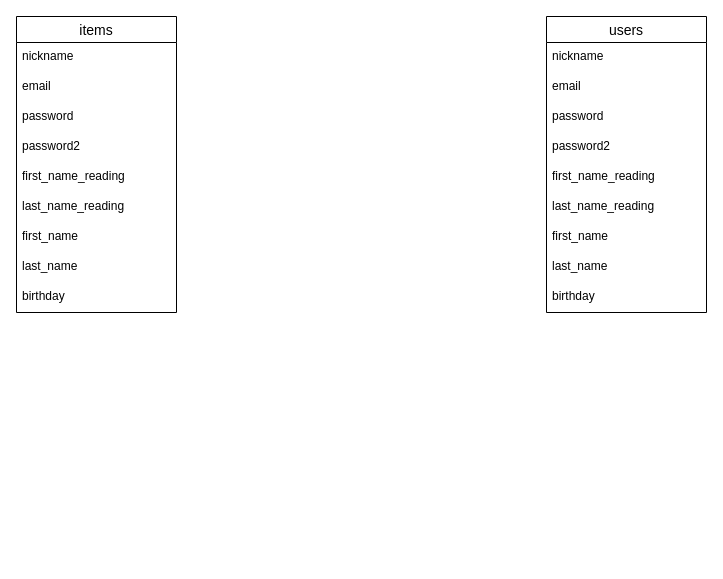
This is ER.dio from hiratatatsujiro/furima-hirata, a draw.io file, before an edit. Source tidied: cells renumbered, new cells numbered last; positions are measured from the earlier drawing's top-left corner, leaving out a move shared by most shapes. Both pictures are drawn from the tidied source at 100%, with x=0, y=0 at pixel (16, 16).
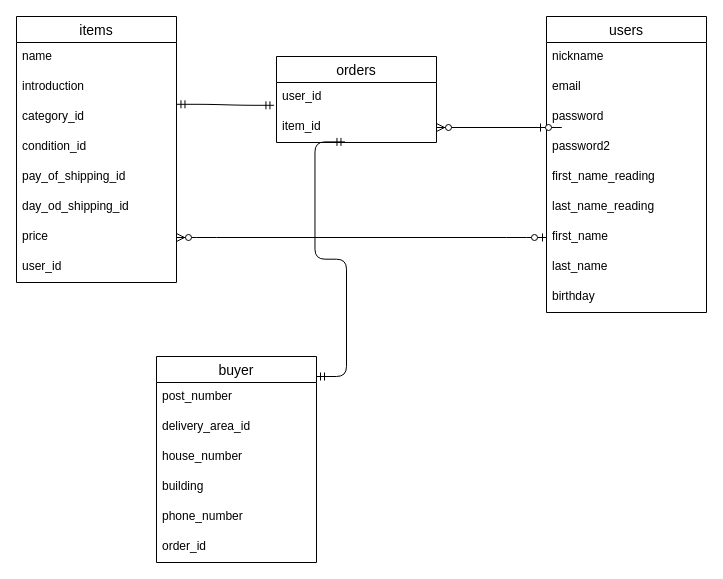
After the change.

Unchanged cells that the change refers to:
```xml
<mxCell id="9" value="first_name" style="text;strokeColor=none;fillColor=none;spacingLeft=4;spacingRight=4;overflow=hidden;points=[[0,0.5],[1,0.5]];portConstraint=eastwest;fontSize=12;" parent="2" vertex="1">
  <mxGeometry y="206" width="160" height="30" as="geometry" />
</mxCell>
```

Diff of the diagram source:
```diff
@@
     <mxCell id="12" value="items" style="swimlane;fontStyle=0;horizontal=1;startSize=26;align=center;fontSize=14;" parent="1" vertex="1">
-      <mxGeometry width="160" height="296" as="geometry" />
+      <mxGeometry width="160" height="266" as="geometry" />
     </mxCell>
-    <mxCell id="13" value="nickname" style="text;strokeColor=none;fillColor=none;spacingLeft=4;spacingRight=4;overflow=hidden;fontSize=12;" parent="12" vertex="1">
+    <mxCell id="13" value="name" style="text;strokeColor=none;fillColor=none;spacingLeft=4;spacingRight=4;overflow=hidden;fontSize=12;" parent="12" vertex="1">
       <mxGeometry y="26" width="160" height="30" as="geometry" />
     </mxCell>
-    <mxCell id="14" value="email" style="text;strokeColor=none;fillColor=none;spacingLeft=4;spacingRight=4;overflow=hidden;fontSize=12;" parent="12" vertex="1">
+    <mxCell id="14" value="introduction" style="text;strokeColor=none;fillColor=none;spacingLeft=4;spacingRight=4;overflow=hidden;fontSize=12;" parent="12" vertex="1">
       <mxGeometry y="56" width="160" height="30" as="geometry" />
     </mxCell>
-    <mxCell id="15" value="password" style="text;strokeColor=none;fillColor=none;spacingLeft=4;spacingRight=4;overflow=hidden;points=[[0,0.5],[1,0.5]];portConstraint=eastwest;fontSize=12;" parent="12" vertex="1">
+    <mxCell id="15" value="category_id" style="text;strokeColor=none;fillColor=none;spacingLeft=4;spacingRight=4;overflow=hidden;points=[[0,0.5],[1,0.5]];portConstraint=eastwest;fontSize=12;" parent="12" vertex="1">
       <mxGeometry y="86" width="160" height="30" as="geometry" />
     </mxCell>
-    <mxCell id="16" value="password2" style="text;strokeColor=none;fillColor=none;spacingLeft=4;spacingRight=4;overflow=hidden;fontSize=12;" parent="12" vertex="1">
+    <mxCell id="16" value="condition_id" style="text;strokeColor=none;fillColor=none;spacingLeft=4;spacingRight=4;overflow=hidden;fontSize=12;" parent="12" vertex="1">
       <mxGeometry y="116" width="160" height="30" as="geometry" />
     </mxCell>
-    <mxCell id="17" value="first_name_reading" style="text;strokeColor=none;fillColor=none;spacingLeft=4;spacingRight=4;overflow=hidden;fontSize=12;" parent="12" vertex="1">
+    <mxCell id="17" value="pay_of_shipping_id" style="text;strokeColor=none;fillColor=none;spacingLeft=4;spacingRight=4;overflow=hidden;fontSize=12;" parent="12" vertex="1">
       <mxGeometry y="146" width="160" height="30" as="geometry" />
     </mxCell>
-    <mxCell id="18" value="last_name_reading" style="text;strokeColor=none;fillColor=none;spacingLeft=4;spacingRight=4;overflow=hidden;fontSize=12;" parent="12" vertex="1">
-      <mxGeometry y="176" width="160" height="30" as="geometry" />
-    </mxCell>
-    <mxCell id="19" value="first_name" style="text;strokeColor=none;fillColor=none;spacingLeft=4;spacingRight=4;overflow=hidden;fontSize=12;" parent="12" vertex="1">
-      <mxGeometry y="206" width="160" height="30" as="geometry" />
+    <mxCell id="19" value="day_od_shipping_id" style="text;strokeColor=none;fillColor=none;spacingLeft=4;spacingRight=4;overflow=hidden;fontSize=12;" parent="12" vertex="1">
+      <mxGeometry y="176" width="160" height="30" as="geometry" />
     </mxCell>
-    <mxCell id="20" value="last_name" style="text;strokeColor=none;fillColor=none;spacingLeft=4;spacingRight=4;overflow=hidden;points=[[0,0.5],[1,0.5]];portConstraint=eastwest;fontSize=12;" parent="12" vertex="1">
-      <mxGeometry y="236" width="160" height="30" as="geometry" />
+    <mxCell id="20" value="price" style="text;strokeColor=none;fillColor=none;spacingLeft=4;spacingRight=4;overflow=hidden;points=[[0,0.5],[1,0.5]];portConstraint=eastwest;fontSize=12;" parent="12" vertex="1">
+      <mxGeometry y="206" width="160" height="30" as="geometry" />
     </mxCell>
-    <mxCell id="21" value="birthday" style="text;strokeColor=none;fillColor=none;spacingLeft=4;spacingRight=4;overflow=hidden;fontSize=12;" parent="12" vertex="1">
-      <mxGeometry y="266" width="160" height="30" as="geometry" />
+    <mxCell id="21" value="user_id" style="text;strokeColor=none;fillColor=none;spacingLeft=4;spacingRight=4;overflow=hidden;fontSize=12;" parent="12" vertex="1">
+      <mxGeometry y="236" width="160" height="30" as="geometry" />
     </mxCell>
+    <mxCell id="22" style="edgeStyle=entityRelationEdgeStyle;fontSize=12;html=1;endArrow=ERzeroToMany;startArrow=ERzeroToOne;entryX=1;entryY=0.5;entryDx=0;entryDy=0;exitX=0;exitY=0.5;exitDx=0;exitDy=0;" parent="1" edge="1" source="9" target="20">
+      <mxGeometry relative="1" as="geometry" />
+    </mxCell>
+    <mxCell id="23" value="orders" style="swimlane;fontStyle=0;horizontal=1;startSize=26;align=center;fontSize=14;" parent="1" vertex="1">
+      <mxGeometry x="260" y="40" width="160" height="86" as="geometry" />
+    </mxCell>
+    <mxCell id="24" value="user_id" style="text;strokeColor=none;fillColor=none;spacingLeft=4;spacingRight=4;overflow=hidden;points=[[0,0.5],[1,0.5]];portConstraint=eastwest;fontSize=12;" parent="23" vertex="1">
+      <mxGeometry y="26" width="160" height="30" as="geometry" />
+    </mxCell>
+    <mxCell id="25" value="item_id" style="text;strokeColor=none;fillColor=none;spacingLeft=4;spacingRight=4;overflow=hidden;points=[[0,0.5],[1,0.5]];portConstraint=eastwest;fontSize=12;" parent="23" vertex="1">
+      <mxGeometry y="56" width="160" height="30" as="geometry" />
+    </mxCell>
+    <mxCell id="26" style="edgeStyle=entityRelationEdgeStyle;fontSize=12;html=1;endArrow=ERzeroToMany;startArrow=ERzeroToOne;entryX=1;entryY=0.5;entryDx=0;entryDy=0;" parent="1" edge="1" target="25">
+      <mxGeometry relative="1" as="geometry">
+        <mxPoint x="520" y="111" as="sourcePoint" />
+      </mxGeometry>
+    </mxCell>
+    <mxCell id="27" style="edgeStyle=entityRelationEdgeStyle;fontSize=12;html=1;endArrow=ERmandOne;startArrow=ERmandOne;exitX=1.003;exitY=0.06;exitDx=0;exitDy=0;exitPerimeter=0;entryX=-0.016;entryY=0.76;entryDx=0;entryDy=0;entryPerimeter=0;" parent="1" edge="1" source="15" target="24">
+      <mxGeometry relative="1" as="geometry" />
+    </mxCell>
+    <mxCell id="28" style="edgeStyle=entityRelationEdgeStyle;fontSize=12;html=1;endArrow=ERmandOne;startArrow=ERmandOne;entryX=0.428;entryY=0.98;entryDx=0;entryDy=0;entryPerimeter=0;" parent="1" edge="1" target="25">
+      <mxGeometry relative="1" as="geometry">
+        <mxPoint x="300" y="360" as="sourcePoint" />
+      </mxGeometry>
+    </mxCell>
+    <mxCell id="29" value="buyer" style="swimlane;fontStyle=0;horizontal=1;startSize=26;align=center;fontSize=14;" parent="1" vertex="1">
+      <mxGeometry x="140" y="340" width="160" height="206" as="geometry" />
+    </mxCell>
+    <mxCell id="30" value="post_number" style="text;strokeColor=none;fillColor=none;spacingLeft=4;spacingRight=4;overflow=hidden;fontSize=12;" parent="29" vertex="1">
+      <mxGeometry y="26" width="160" height="30" as="geometry" />
+    </mxCell>
+    <mxCell id="18" value="delivery_area_id" style="text;strokeColor=none;fillColor=none;spacingLeft=4;spacingRight=4;overflow=hidden;fontSize=12;" parent="29" vertex="1">
+      <mxGeometry y="56" width="160" height="30" as="geometry" />
+    </mxCell>
+    <mxCell id="31" value="house_number" style="text;strokeColor=none;fillColor=none;spacingLeft=4;spacingRight=4;overflow=hidden;fontSize=12;" parent="29" vertex="1">
+      <mxGeometry y="86" width="160" height="30" as="geometry" />
+    </mxCell>
+    <mxCell id="32" value="building" style="text;strokeColor=none;fillColor=none;spacingLeft=4;spacingRight=4;overflow=hidden;fontSize=12;" parent="29" vertex="1">
+      <mxGeometry y="116" width="160" height="30" as="geometry" />
+    </mxCell>
+    <mxCell id="33" value="phone_number" style="text;strokeColor=none;fillColor=none;spacingLeft=4;spacingRight=4;overflow=hidden;fontSize=12;" parent="29" vertex="1">
+      <mxGeometry y="146" width="160" height="30" as="geometry" />
+    </mxCell>
+    <mxCell id="34" value="order_id" style="text;strokeColor=none;fillColor=none;spacingLeft=4;spacingRight=4;overflow=hidden;fontSize=12;" parent="29" vertex="1">
+      <mxGeometry y="176" width="160" height="30" as="geometry" />
+    </mxCell>
```
